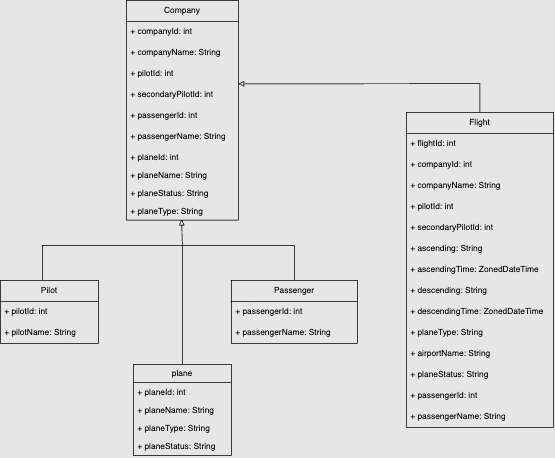
Gundogduu/javaIntro2022 keeps this draw.io diagram as FlightManagement.drawio.png. Above is the earlier version. Source tidied: cells renumbered, new cells last; positions are measured from the earlier drawing's top-left corner, leaving out a move shared by most shapes.
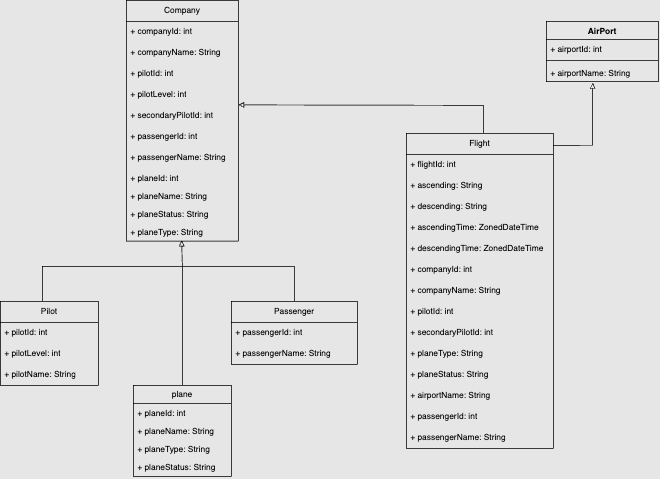
Above is the later version.

The edit, as a diff of the source:
```diff
@@ -8,39 +8,39 @@
     <mxCell id="3" value="+ flightId: int" style="text;strokeColor=none;fillColor=none;align=left;verticalAlign=middle;spacingLeft=4;spacingRight=4;overflow=hidden;whiteSpace=wrap;html=1;" parent="2" vertex="1">
       <mxGeometry y="30" width="210" height="30" as="geometry" />
     </mxCell>
+    <mxCell id="8" value="+ ascending: String" style="text;strokeColor=none;fillColor=none;align=left;verticalAlign=middle;spacingLeft=4;spacingRight=4;overflow=hidden;whiteSpace=wrap;html=1;" parent="2" vertex="1">
+      <mxGeometry y="60" width="210" height="30" as="geometry" />
+    </mxCell>
+    <mxCell id="10" value="+ descending: String" style="text;strokeColor=none;fillColor=none;align=left;verticalAlign=middle;spacingLeft=4;spacingRight=4;overflow=hidden;whiteSpace=wrap;html=1;" parent="2" vertex="1">
+      <mxGeometry y="90" width="210" height="30" as="geometry" />
+    </mxCell>
+    <mxCell id="9" value="+ ascendingTime:&amp;nbsp;ZonedDateTime" style="text;strokeColor=none;fillColor=none;align=left;verticalAlign=middle;spacingLeft=4;spacingRight=4;overflow=hidden;whiteSpace=wrap;html=1;" parent="2" vertex="1">
+      <mxGeometry y="120" width="210" height="30" as="geometry" />
+    </mxCell>
+    <mxCell id="11" value="+ descendingTime:&amp;nbsp;ZonedDateTime" style="text;strokeColor=none;fillColor=none;align=left;verticalAlign=middle;spacingLeft=4;spacingRight=4;overflow=hidden;whiteSpace=wrap;html=1;" parent="2" vertex="1">
+      <mxGeometry y="150" width="210" height="30" as="geometry" />
+    </mxCell>
     <mxCell id="4" value="+ companyId: int" style="text;strokeColor=none;fillColor=none;align=left;verticalAlign=middle;spacingLeft=4;spacingRight=4;overflow=hidden;whiteSpace=wrap;html=1;" parent="2" vertex="1">
-      <mxGeometry y="60" width="210" height="30" as="geometry" />
+      <mxGeometry y="180" width="210" height="30" as="geometry" />
     </mxCell>
     <mxCell id="5" value="+ companyName: String" style="text;strokeColor=none;fillColor=none;align=left;verticalAlign=middle;spacingLeft=4;spacingRight=4;overflow=hidden;whiteSpace=wrap;html=1;" parent="2" vertex="1">
-      <mxGeometry y="90" width="210" height="30" as="geometry" />
+      <mxGeometry y="210" width="210" height="30" as="geometry" />
     </mxCell>
     <mxCell id="6" value="+ pilotId: int" style="text;strokeColor=none;fillColor=none;align=left;verticalAlign=middle;spacingLeft=4;spacingRight=4;overflow=hidden;whiteSpace=wrap;html=1;" parent="2" vertex="1">
-      <mxGeometry y="120" width="210" height="30" as="geometry" />
+      <mxGeometry y="240" width="210" height="30" as="geometry" />
     </mxCell>
     <mxCell id="7" value="+ secondaryPilotId: int" style="text;strokeColor=none;fillColor=none;align=left;verticalAlign=middle;spacingLeft=4;spacingRight=4;overflow=hidden;whiteSpace=wrap;html=1;" parent="2" vertex="1">
-      <mxGeometry y="150" width="210" height="30" as="geometry" />
+      <mxGeometry y="270" width="210" height="30" as="geometry" />
     </mxCell>
-    <mxCell id="8" value="+ ascending: String" style="text;strokeColor=none;fillColor=none;align=left;verticalAlign=middle;spacingLeft=4;spacingRight=4;overflow=hidden;whiteSpace=wrap;html=1;" parent="2" vertex="1">
-      <mxGeometry y="180" width="210" height="30" as="geometry" />
-    </mxCell>
-    <mxCell id="9" value="+ ascendingTime:&amp;nbsp;ZonedDateTime" style="text;strokeColor=none;fillColor=none;align=left;verticalAlign=middle;spacingLeft=4;spacingRight=4;overflow=hidden;whiteSpace=wrap;html=1;" parent="2" vertex="1">
-      <mxGeometry y="210" width="210" height="30" as="geometry" />
-    </mxCell>
-    <mxCell id="10" value="+ descending: String" style="text;strokeColor=none;fillColor=none;align=left;verticalAlign=middle;spacingLeft=4;spacingRight=4;overflow=hidden;whiteSpace=wrap;html=1;" parent="2" vertex="1">
-      <mxGeometry y="240" width="210" height="30" as="geometry" />
-    </mxCell>
-    <mxCell id="11" value="+ descendingTime:&amp;nbsp;ZonedDateTime" style="text;strokeColor=none;fillColor=none;align=left;verticalAlign=middle;spacingLeft=4;spacingRight=4;overflow=hidden;whiteSpace=wrap;html=1;" parent="2" vertex="1">
-      <mxGeometry y="270" width="210" height="30" as="geometry" />
-    </mxCell>
     <mxCell id="12" value="+ planeType: String" style="text;strokeColor=none;fillColor=none;align=left;verticalAlign=middle;spacingLeft=4;spacingRight=4;overflow=hidden;whiteSpace=wrap;html=1;" parent="2" vertex="1">
       <mxGeometry y="300" width="210" height="30" as="geometry" />
     </mxCell>
+    <mxCell id="14" value="+ planeStatus: String" style="text;strokeColor=none;fillColor=none;align=left;verticalAlign=middle;spacingLeft=4;spacingRight=4;overflow=hidden;whiteSpace=wrap;html=1;" parent="2" vertex="1">
+      <mxGeometry y="330" width="210" height="30" as="geometry" />
+    </mxCell>
     <mxCell id="13" value="+ airportName: String" style="text;strokeColor=none;fillColor=none;align=left;verticalAlign=middle;spacingLeft=4;spacingRight=4;overflow=hidden;whiteSpace=wrap;html=1;" parent="2" vertex="1">
-      <mxGeometry y="330" width="210" height="30" as="geometry" />
+      <mxGeometry y="360" width="210" height="30" as="geometry" />
     </mxCell>
-    <mxCell id="14" value="+ planeStatus: String" style="text;strokeColor=none;fillColor=none;align=left;verticalAlign=middle;spacingLeft=4;spacingRight=4;overflow=hidden;whiteSpace=wrap;html=1;" parent="2" vertex="1">
-      <mxGeometry y="360" width="210" height="30" as="geometry" />
-    </mxCell>
     <mxCell id="15" value="+ passengerId: int" style="text;strokeColor=none;fillColor=none;align=left;verticalAlign=middle;spacingLeft=4;spacingRight=4;overflow=hidden;whiteSpace=wrap;html=1;" parent="2" vertex="1">
       <mxGeometry y="390" width="210" height="30" as="geometry" />
     </mxCell>
@@ -48,7 +48,7 @@
       <mxGeometry y="420" width="210" height="30" as="geometry" />
     </mxCell>
     <mxCell id="17" value="Company" style="swimlane;fontStyle=0;horizontal=1;startSize=30;whiteSpace=wrap;html=1;fillColor=none;" parent="1" vertex="1">
-      <mxGeometry x="180" width="160" height="314" as="geometry" />
+      <mxGeometry x="180" y="-30" width="160" height="344" as="geometry" />
     </mxCell>
     <mxCell id="18" value="+ companyId: int" style="text;strokeColor=none;fillColor=none;align=left;verticalAlign=middle;spacingLeft=4;spacingRight=4;overflow=hidden;whiteSpace=wrap;html=1;" parent="17" vertex="1">
       <mxGeometry y="30" width="160" height="30" as="geometry" />
@@ -59,35 +59,41 @@
     <mxCell id="20" value="+ pilotId: int" style="text;strokeColor=none;fillColor=none;align=left;verticalAlign=middle;spacingLeft=4;spacingRight=4;overflow=hidden;whiteSpace=wrap;html=1;" parent="17" vertex="1">
       <mxGeometry y="90" width="160" height="30" as="geometry" />
     </mxCell>
+    <mxCell id="44" value="+ pilotLevel: int" style="text;strokeColor=none;fillColor=none;align=left;verticalAlign=middle;spacingLeft=4;spacingRight=4;overflow=hidden;whiteSpace=wrap;html=1;" parent="17" vertex="1">
+      <mxGeometry y="120" width="160" height="30" as="geometry" />
+    </mxCell>
     <mxCell id="21" value="+ secondaryPilotId: int" style="text;strokeColor=none;fillColor=none;align=left;verticalAlign=middle;spacingLeft=4;spacingRight=4;overflow=hidden;points=[[0,0.5],[1,0.5]];portConstraint=eastwest;whiteSpace=wrap;html=1;" parent="17" vertex="1">
-      <mxGeometry y="120" width="160" height="30" as="geometry" />
+      <mxGeometry y="150" width="160" height="30" as="geometry" />
     </mxCell>
     <mxCell id="22" value="+ passengerId: int" style="text;strokeColor=none;fillColor=none;align=left;verticalAlign=middle;spacingLeft=4;spacingRight=4;overflow=hidden;whiteSpace=wrap;html=1;" parent="17" vertex="1">
-      <mxGeometry y="150" width="160" height="30" as="geometry" />
+      <mxGeometry y="180" width="160" height="30" as="geometry" />
     </mxCell>
     <mxCell id="23" value="+ passengerName: String" style="text;strokeColor=none;fillColor=none;align=left;verticalAlign=middle;spacingLeft=4;spacingRight=4;overflow=hidden;whiteSpace=wrap;html=1;" parent="17" vertex="1">
-      <mxGeometry y="180" width="160" height="30" as="geometry" />
+      <mxGeometry y="210" width="160" height="30" as="geometry" />
     </mxCell>
     <mxCell id="24" value="+ planeId: int" style="text;strokeColor=none;fillColor=none;align=left;verticalAlign=top;spacingLeft=4;spacingRight=4;overflow=hidden;whiteSpace=wrap;html=1;" parent="17" vertex="1">
-      <mxGeometry y="210" width="160" height="26" as="geometry" />
+      <mxGeometry y="240" width="160" height="26" as="geometry" />
     </mxCell>
     <mxCell id="25" value="+ planeName: String" style="text;strokeColor=none;fillColor=none;align=left;verticalAlign=top;spacingLeft=4;spacingRight=4;overflow=hidden;whiteSpace=wrap;html=1;" parent="17" vertex="1">
-      <mxGeometry y="236" width="160" height="26" as="geometry" />
+      <mxGeometry y="266" width="160" height="26" as="geometry" />
     </mxCell>
     <mxCell id="26" value="+ planeStatus: String" style="text;strokeColor=none;fillColor=none;align=left;verticalAlign=top;spacingLeft=4;spacingRight=4;overflow=hidden;whiteSpace=wrap;html=1;" parent="17" vertex="1">
-      <mxGeometry y="262" width="160" height="26" as="geometry" />
+      <mxGeometry y="292" width="160" height="26" as="geometry" />
     </mxCell>
     <mxCell id="27" value="+ planeType: String" style="text;strokeColor=none;fillColor=none;align=left;verticalAlign=top;spacingLeft=4;spacingRight=4;overflow=hidden;whiteSpace=wrap;html=1;" parent="17" vertex="1">
-      <mxGeometry y="288" width="160" height="26" as="geometry" />
+      <mxGeometry y="318" width="160" height="26" as="geometry" />
     </mxCell>
     <mxCell id="28" value="Pilot" style="swimlane;fontStyle=0;horizontal=1;startSize=30;whiteSpace=wrap;html=1;fillColor=none;" parent="1" vertex="1">
-      <mxGeometry y="400" width="140" height="90" as="geometry" />
+      <mxGeometry y="400" width="140" height="120" as="geometry" />
     </mxCell>
     <mxCell id="29" value="+ pilotId: int" style="text;strokeColor=none;fillColor=none;align=left;verticalAlign=middle;spacingLeft=4;spacingRight=4;overflow=hidden;whiteSpace=wrap;html=1;" parent="28" vertex="1">
       <mxGeometry y="30" width="140" height="30" as="geometry" />
     </mxCell>
+    <mxCell id="45" value="+ pilotLevel: int" style="text;strokeColor=none;fillColor=none;align=left;verticalAlign=middle;spacingLeft=4;spacingRight=4;overflow=hidden;whiteSpace=wrap;html=1;" parent="28" vertex="1">
+      <mxGeometry y="60" width="140" height="30" as="geometry" />
+    </mxCell>
     <mxCell id="30" value="+ pilotName: String" style="text;strokeColor=none;fillColor=none;align=left;verticalAlign=middle;spacingLeft=4;spacingRight=4;overflow=hidden;whiteSpace=wrap;html=1;" parent="28" vertex="1">
-      <mxGeometry y="60" width="140" height="30" as="geometry" />
+      <mxGeometry y="90" width="140" height="30" as="geometry" />
     </mxCell>
     <mxCell id="31" value="Passenger" style="swimlane;fontStyle=0;horizontal=1;startSize=30;whiteSpace=wrap;html=1;fillColor=none;" parent="1" vertex="1">
       <mxGeometry x="330" y="400" width="180" height="90" as="geometry" />
@@ -140,12 +146,31 @@
         <mxPoint x="260" y="350" as="targetPoint" />
       </mxGeometry>
     </mxCell>
-    <mxCell id="43" style="edgeStyle=none;jettySize=auto;html=1;rounded=0;exitX=0.999;exitY=-0.021;exitDx=0;exitDy=0;exitPerimeter=0;entryX=0.5;entryY=0;entryDx=0;entryDy=0;endArrow=none;startFill=0;startArrow=block;" parent="1" edge="1" source="21" target="2">
+    <mxCell id="43" style="edgeStyle=none;jettySize=auto;html=1;rounded=0;exitX=0.999;exitY=-0.021;exitDx=0;exitDy=0;exitPerimeter=0;endArrow=none;startFill=0;startArrow=block;entryX=0.524;entryY=0;entryDx=0;entryDy=0;entryPerimeter=0;" parent="1" edge="1" source="21" target="2">
       <mxGeometry relative="1" as="geometry">
         <Array as="points">
-          <mxPoint x="685" y="119" />
+          <mxPoint x="690" y="120" />
         </Array>
       </mxGeometry>
     </mxCell>
+    <mxCell id="46" value="AirPort" style="swimlane;fontStyle=1;align=center;verticalAlign=top;horizontal=1;startSize=26;whiteSpace=wrap;html=1;fillColor=none;" parent="1" vertex="1">
+      <mxGeometry x="780" width="160" height="86" as="geometry" />
+    </mxCell>
+    <mxCell id="47" value="+ airportId: int" style="text;strokeColor=none;fillColor=none;align=left;verticalAlign=top;spacingLeft=4;spacingRight=4;overflow=hidden;whiteSpace=wrap;html=1;" parent="46" vertex="1">
+      <mxGeometry y="26" width="160" height="26" as="geometry" />
+    </mxCell>
+    <mxCell id="48" style="line;strokeWidth=1;fillColor=none;align=left;verticalAlign=middle;spacingTop=-1;spacingLeft=3;spacingRight=3;labelPosition=right;strokeColor=inherit;" parent="46" vertex="1">
+      <mxGeometry y="52" width="160" height="8" as="geometry" />
+    </mxCell>
+    <mxCell id="49" value="+ airportName: String" style="text;strokeColor=none;fillColor=none;align=left;verticalAlign=top;spacingLeft=4;spacingRight=4;overflow=hidden;points=[[0,0.5],[1,0.5]];portConstraint=eastwest;whiteSpace=wrap;html=1;" parent="46" vertex="1">
+      <mxGeometry y="60" width="160" height="26" as="geometry" />
+    </mxCell>
+    <mxCell id="50" style="edgeStyle=none;jettySize=auto;html=1;rounded=0;entryX=0.414;entryY=1.069;entryDx=0;entryDy=0;entryPerimeter=0;exitX=1.002;exitY=0.038;exitDx=0;exitDy=0;exitPerimeter=0;endArrow=block;endFill=0;" parent="1" edge="1" source="2" target="49">
+      <mxGeometry relative="1" as="geometry">
+        <Array as="points">
+          <mxPoint x="846" y="177" />
+        </Array>
+      </mxGeometry>
+    </mxCell>
   </root>
 </mxGraphModel>
```
